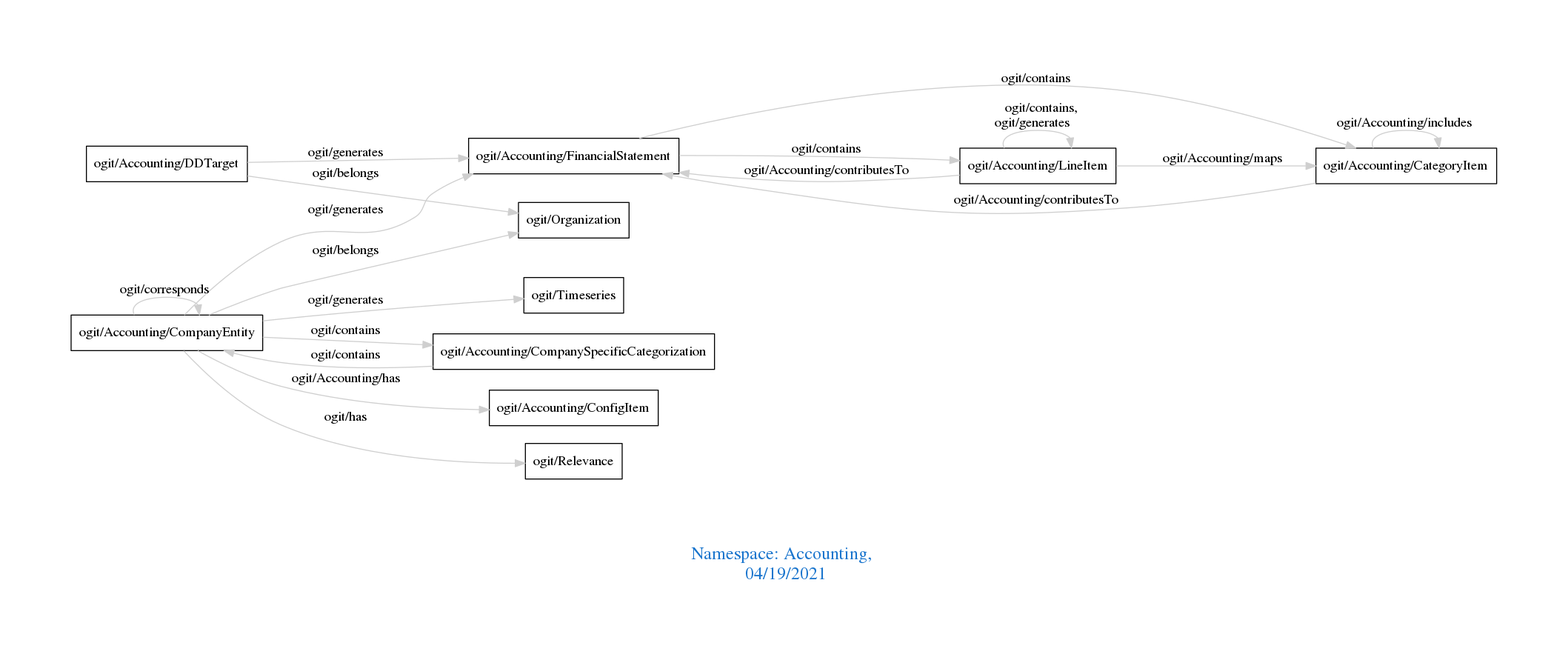
The Graphviz diagram downloads/Accounting.png in arago/OGIT, before a commit. Its source is kept beside it as downloads/Accounting.dot.
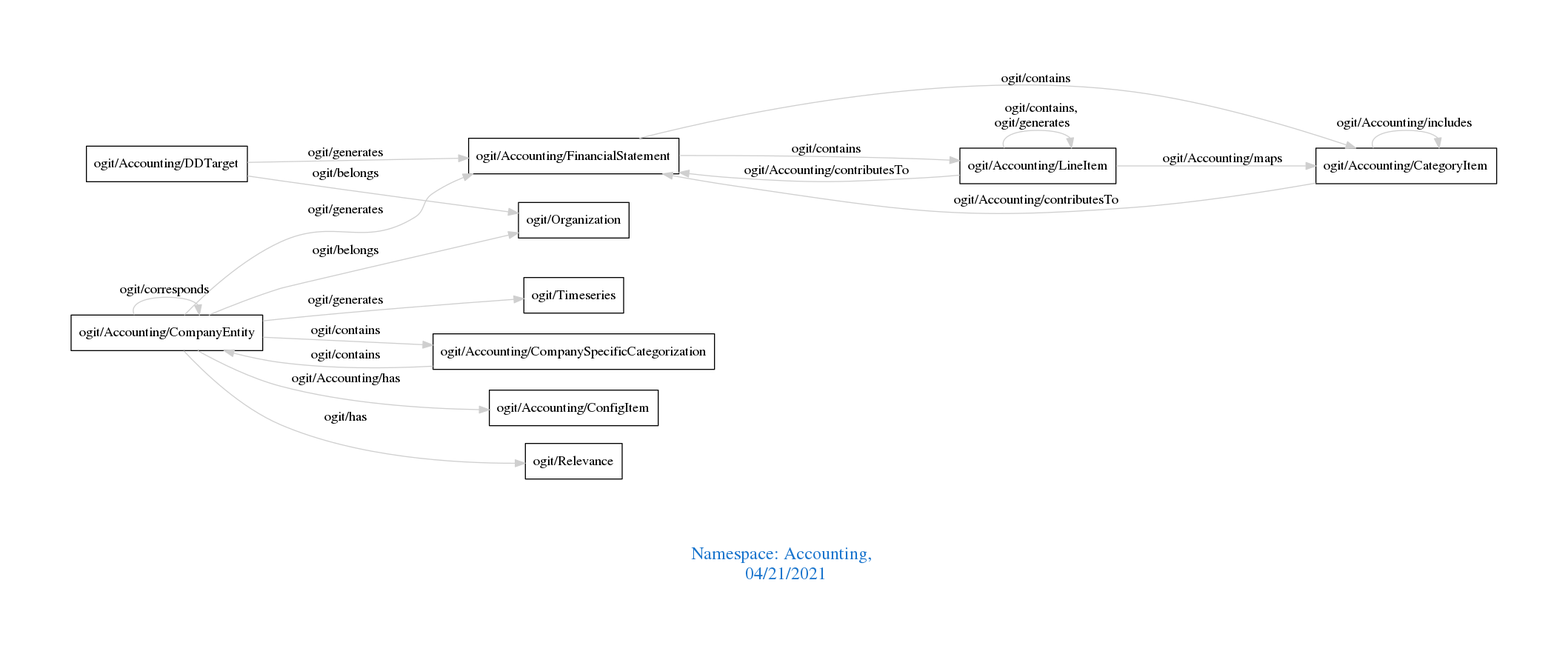
After the change.

The edit, as a diff of the source:
```diff
@@ -1,7 +1,7 @@
 digraph OGIT_ontology {
  graph [ rankdir= LR,pad=1
 fontsize = 18,
-fontcolor= dodgerblue3,label = "\n\n\nNamespace: Accounting, \n 04/19/2021"];
+fontcolor= dodgerblue3,label = "\n\n\nNamespace: Accounting, \n 04/21/2021"];
 node[shape=polygon];
 edge [  color="gray81"];
 
```
